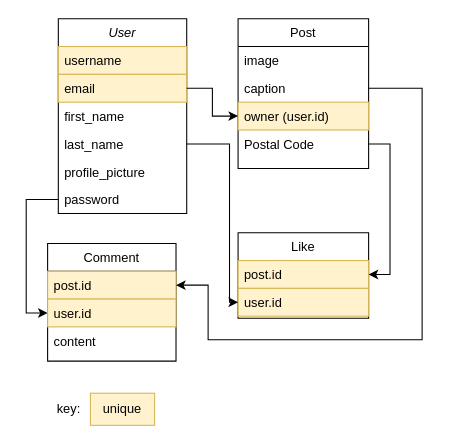
Above: instagram.drawio in t-kellett/instagram-challenge (draw.io), before the change. Source tidied: cells renumbered, new cells numbered last; positions are measured from the earlier drawing's top-left corner, leaving out a move shared by most shapes. Both pictures are drawn from the tidied source at 107%, with x=0, y=0 at pixel (36, 18).
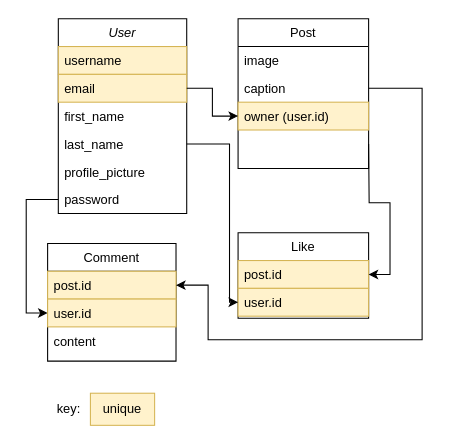
The same page after the edit.

Unchanged cells that the change refers to:
```xml
<mxCell id="15" value="post.id" style="text;align=left;verticalAlign=top;spacingLeft=4;spacingRight=4;overflow=hidden;points=[[0,0.5],[1,0.5]];portConstraint=eastwest;fillColor=#fff2cc;strokeColor=#d6b656;" parent="14" vertex="1">
  <mxGeometry y="26" width="122" height="26" as="geometry" />
</mxCell>
<mxCell id="18" value="Post" style="swimlane;fontStyle=0;align=center;verticalAlign=top;horizontal=1;startSize=26;rounded=0;shadow=0;strokeWidth=1;" parent="1" vertex="1">
  <mxGeometry x="188" width="122" height="140" as="geometry" />
</mxCell>
```

Change to the diagram source:
```diff
@@
-    <mxCell id="22" value="Postal Code" style="text;align=left;verticalAlign=top;spacingLeft=4;spacingRight=4;overflow=hidden;points=[[0,0.5],[1,0.5]];portConstraint=eastwest;rounded=0;shadow=0;html=0;" parent="18" vertex="1">
-      <mxGeometry y="104" width="122" height="26" as="geometry" />
-    </mxCell>
@@
-    <mxCell id="24" style="edgeStyle=orthogonalEdgeStyle;rounded=0;jettySize=auto;html=1;exitX=1;exitY=0.5;exitDx=0;exitDy=0;entryX=1;entryY=0.5;entryDx=0;entryDy=0;" parent="1" edge="1" source="22" target="15">
-      <mxGeometry relative="1" as="geometry" />
+    <mxCell id="24" style="edgeStyle=orthogonalEdgeStyle;rounded=0;jettySize=auto;html=1;exitX=1;exitY=0.5;exitDx=0;exitDy=0;entryX=1;entryY=0.5;entryDx=0;entryDy=0;" parent="1" edge="1" target="15">
+      <mxGeometry relative="1" as="geometry">
+        <mxPoint x="310" y="117" as="sourcePoint" />
+      </mxGeometry>
     </mxCell>
```
